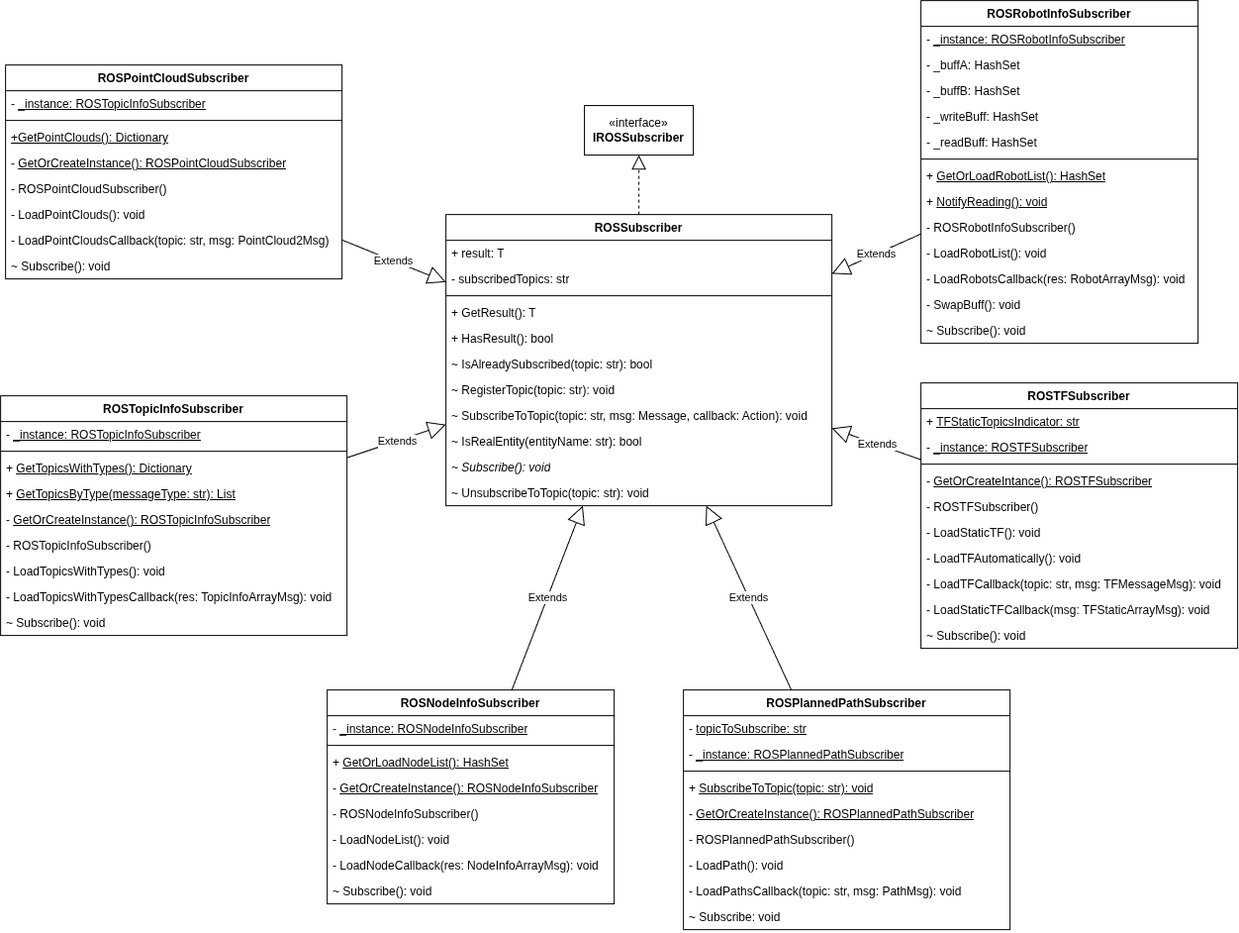
The draw.io diagram doc/imagenes/diagramas/ROSSubscriber.png in GabiHV/TFM, before a commit. Source tidied: cells renumbered, new cells last; positions are measured from the earlier drawing's top-left corner, leaving out a move shared by most shapes.
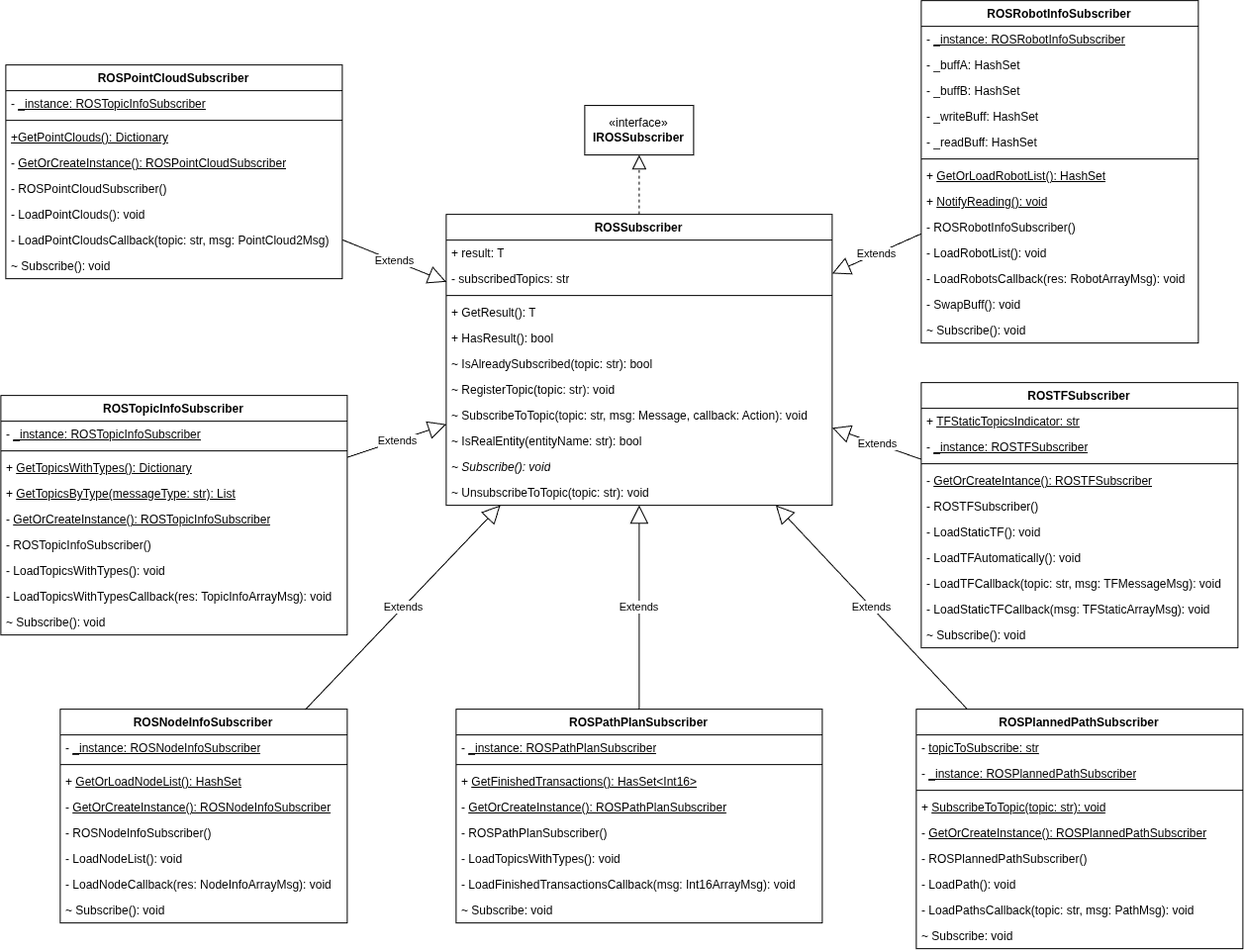
The same file after the commit.

Change to the diagram source:
```diff
@@ -189,7 +189,7 @@
       <mxGeometry relative="1" as="geometry" />
     </mxCell>
     <mxCell id="64" value="ROSPlannedPathSubscriber" style="swimlane;fontStyle=1;align=center;verticalAlign=top;horizontal=1;startSize=26;whiteSpace=wrap;html=1;" parent="1" vertex="1">
-      <mxGeometry x="690" y="696" width="330" height="242" as="geometry" />
+      <mxGeometry x="925" y="716" width="330" height="242" as="geometry" />
     </mxCell>
     <mxCell id="65" value="- &lt;u&gt;topicToSubscribe: str&lt;/u&gt;" style="text;strokeColor=none;fillColor=none;align=left;verticalAlign=top;spacingLeft=4;spacingRight=4;overflow=hidden;whiteSpace=wrap;html=1;" parent="64" vertex="1">
       <mxGeometry y="26" width="330" height="26" as="geometry" />
@@ -222,7 +222,7 @@
       <mxGeometry relative="1" as="geometry" />
     </mxCell>
     <mxCell id="75" value="ROSNodeInfoSubscriber" style="swimlane;fontStyle=1;align=center;verticalAlign=top;horizontal=1;startSize=26;whiteSpace=wrap;html=1;" parent="1" vertex="1">
-      <mxGeometry x="330" y="696" width="290" height="216" as="geometry" />
+      <mxGeometry x="60" y="716" width="290" height="216" as="geometry" />
     </mxCell>
     <mxCell id="76" value="- &lt;u&gt;_instance: ROSNodeInfoSubscriber&lt;/u&gt;" style="text;strokeColor=none;fillColor=none;align=left;verticalAlign=top;spacingLeft=4;spacingRight=4;overflow=hidden;whiteSpace=wrap;html=1;" parent="75" vertex="1">
       <mxGeometry y="26" width="290" height="26" as="geometry" />
@@ -251,5 +251,35 @@
     <mxCell id="84" value="Extends" style="endArrow=block;endSize=16;endFill=0;html=1;rounded=0;" parent="1" edge="1" source="75" target="3">
       <mxGeometry relative="1" as="geometry" />
     </mxCell>
+    <mxCell id="85" value="ROSPathPlanSubscriber" style="swimlane;fontStyle=1;align=center;verticalAlign=top;horizontal=1;startSize=26;whiteSpace=wrap;html=1;" parent="1" vertex="1">
+      <mxGeometry x="460" y="716" width="370" height="216" as="geometry" />
+    </mxCell>
+    <mxCell id="86" value="- &lt;u&gt;_instance:&amp;nbsp;&lt;/u&gt;&lt;span style=&quot;text-align: center;&quot;&gt;&lt;u&gt;ROSPathPlanSubscriber&lt;/u&gt;&lt;/span&gt;" style="text;strokeColor=none;fillColor=none;align=left;verticalAlign=top;spacingLeft=4;spacingRight=4;overflow=hidden;whiteSpace=wrap;html=1;" parent="85" vertex="1">
+      <mxGeometry y="26" width="370" height="26" as="geometry" />
+    </mxCell>
+    <mxCell id="87" style="line;strokeWidth=1;fillColor=none;align=left;verticalAlign=middle;spacingTop=-1;spacingLeft=3;spacingRight=3;labelPosition=right;strokeColor=inherit;" parent="85" vertex="1">
+      <mxGeometry y="52" width="370" height="8" as="geometry" />
+    </mxCell>
+    <mxCell id="88" value="+ &lt;u&gt;GetFinishedTransactions(): HasSet&amp;lt;Int16&amp;gt;&lt;/u&gt;" style="text;strokeColor=none;fillColor=none;align=left;verticalAlign=top;spacingLeft=4;spacingRight=4;overflow=hidden;whiteSpace=wrap;html=1;" parent="85" vertex="1">
+      <mxGeometry y="60" width="370" height="26" as="geometry" />
+    </mxCell>
+    <mxCell id="89" value="- &lt;u&gt;GetOrCreateInstance():&amp;nbsp;&lt;/u&gt;&lt;u style=&quot;text-align: center;&quot;&gt;ROSPathPlanSubscriber&lt;/u&gt;" style="text;strokeColor=none;fillColor=none;align=left;verticalAlign=top;spacingLeft=4;spacingRight=4;overflow=hidden;whiteSpace=wrap;html=1;" parent="85" vertex="1">
+      <mxGeometry y="86" width="370" height="26" as="geometry" />
+    </mxCell>
+    <mxCell id="90" value="-&amp;nbsp;&lt;span style=&quot;text-align: center;&quot;&gt;ROSPathPlanSubscriber&lt;/span&gt;()" style="text;strokeColor=none;fillColor=none;align=left;verticalAlign=top;spacingLeft=4;spacingRight=4;overflow=hidden;whiteSpace=wrap;html=1;" parent="85" vertex="1">
+      <mxGeometry y="112" width="370" height="26" as="geometry" />
+    </mxCell>
+    <mxCell id="91" value="- LoadTopicsWithTypes(): void" style="text;strokeColor=none;fillColor=none;align=left;verticalAlign=top;spacingLeft=4;spacingRight=4;overflow=hidden;whiteSpace=wrap;html=1;" parent="85" vertex="1">
+      <mxGeometry y="138" width="370" height="26" as="geometry" />
+    </mxCell>
+    <mxCell id="92" value="- LoadFinishedTransactionsCallback(msg: Int16ArrayMsg): void" style="text;strokeColor=none;fillColor=none;align=left;verticalAlign=top;spacingLeft=4;spacingRight=4;overflow=hidden;whiteSpace=wrap;html=1;" parent="85" vertex="1">
+      <mxGeometry y="164" width="370" height="26" as="geometry" />
+    </mxCell>
+    <mxCell id="93" value="~ Subscribe: void" style="text;strokeColor=none;fillColor=none;align=left;verticalAlign=top;spacingLeft=4;spacingRight=4;overflow=hidden;whiteSpace=wrap;html=1;" parent="85" vertex="1">
+      <mxGeometry y="190" width="370" height="26" as="geometry" />
+    </mxCell>
+    <mxCell id="94" value="Extends" style="endArrow=block;endSize=16;endFill=0;html=1;rounded=0;" parent="1" edge="1" source="85" target="3">
+      <mxGeometry relative="1" as="geometry" />
+    </mxCell>
   </root>
 </mxGraphModel>
```
